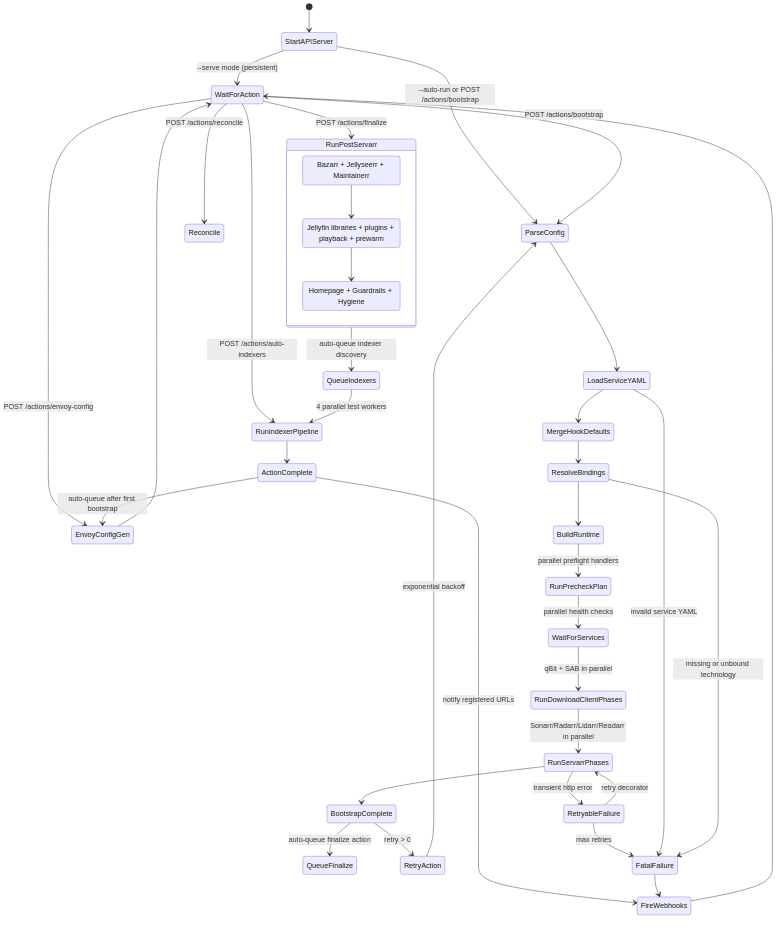
mploschiavo/mediaserver keeps this Mermaid diagram as docs/diagrams/bootstrap-runtime-model.png. Above is the earlier version. Its source is kept beside it as docs/diagrams/bootstrap-runtime-model.mmd.
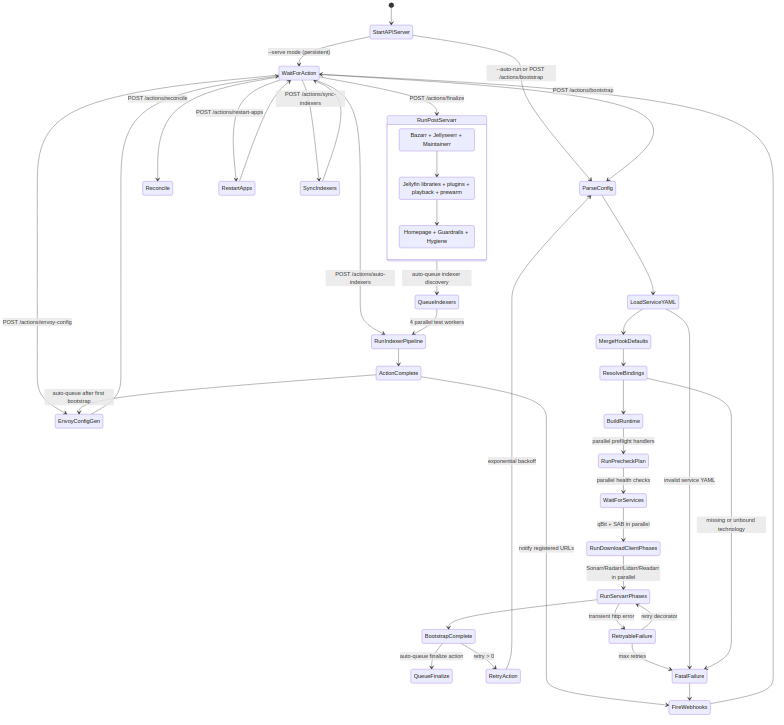
Later version of the same file.

Diff of the diagram source:
```diff
@@ -8,6 +8,10 @@
   WaitForAction --> RunIndexerPipeline: POST /actions/auto-indexers
   WaitForAction --> EnvoyConfigGen: POST /actions/envoy-config
   WaitForAction --> Reconcile: POST /actions/reconcile
+  WaitForAction --> RestartApps: POST /actions/restart-apps
+  WaitForAction --> SyncIndexers: POST /actions/sync-indexers
+  RestartApps --> WaitForAction
+  SyncIndexers --> WaitForAction
 
   ParseConfig --> LoadServiceYAML
   LoadServiceYAML --> MergeHookDefaults
```
